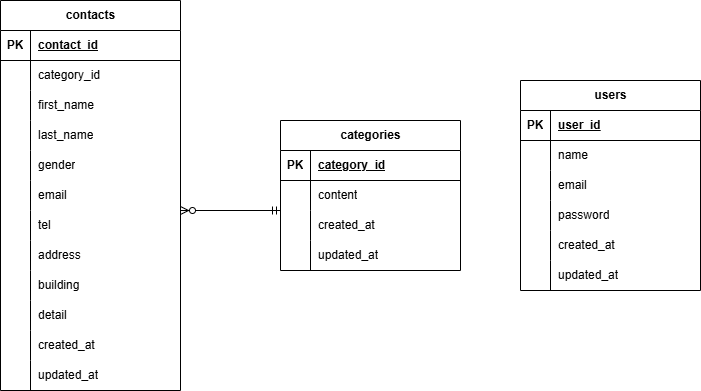
This is ER.drawio.png from seki0603/contact-form-test, a draw.io export, as it was before one commit. Source tidied: cells renumbered, new cells last; positions are measured from the earlier drawing's top-left corner, leaving out a move shared by most shapes.
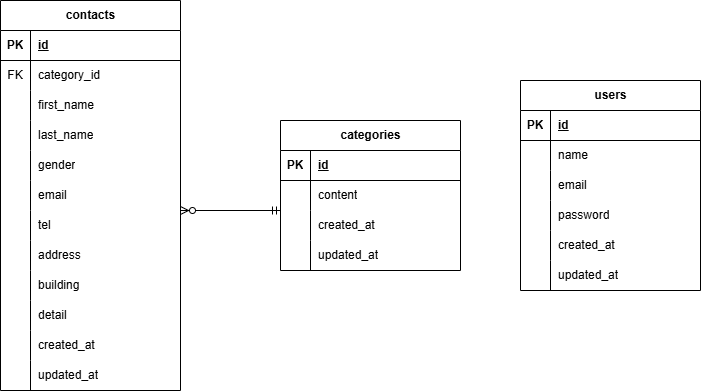
After the change.

The edit, as a diff of the source:
```diff
@@ -11,13 +11,13 @@
     <mxCell id="4" value="PK" style="shape=partialRectangle;fillColor=none;top=0;left=0;bottom=0;right=0;fontStyle=1;overflow=hidden;whiteSpace=wrap;html=1;" parent="3" vertex="1">
       <mxGeometry width="30" height="30" as="geometry" />
     </mxCell>
-    <mxCell id="5" value="contact_id" style="shape=partialRectangle;fillColor=none;top=0;left=0;bottom=0;right=0;align=left;spacingLeft=6;fontStyle=5;overflow=hidden;whiteSpace=wrap;html=1;" parent="3" vertex="1">
+    <mxCell id="5" value="id" style="shape=partialRectangle;fillColor=none;top=0;left=0;bottom=0;right=0;align=left;spacingLeft=6;fontStyle=5;overflow=hidden;whiteSpace=wrap;html=1;" parent="3" vertex="1">
       <mxGeometry x="30" width="150" height="30" as="geometry" />
     </mxCell>
     <mxCell id="6" style="shape=tableRow;horizontal=0;startSize=0;swimlaneHead=0;swimlaneBody=0;fillColor=none;top=0;left=0;right=0;bottom=0;" parent="2" vertex="1">
       <mxGeometry y="60" width="180" height="30" as="geometry" />
     </mxCell>
-    <mxCell id="7" style="shape=partialRectangle;fillColor=none;top=0;left=0;bottom=0;right=0;overflow=hidden;whiteSpace=wrap;html=1;" parent="6" vertex="1">
+    <mxCell id="7" value="FK" style="shape=partialRectangle;fillColor=none;top=0;left=0;bottom=0;right=0;overflow=hidden;whiteSpace=wrap;html=1;" parent="6" vertex="1">
       <mxGeometry width="30" height="30" as="geometry" />
     </mxCell>
     <mxCell id="8" value="category_id" style="shape=partialRectangle;fillColor=none;top=0;left=0;bottom=0;right=0;align=left;spacingLeft=6;overflow=hidden;whiteSpace=wrap;html=1;" parent="6" vertex="1">
@@ -122,7 +122,7 @@
     <mxCell id="41" value="PK" style="shape=partialRectangle;fillColor=none;top=0;left=0;bottom=0;right=0;fontStyle=1;overflow=hidden;whiteSpace=wrap;html=1;" parent="40" vertex="1">
       <mxGeometry width="30" height="30" as="geometry" />
     </mxCell>
-    <mxCell id="42" value="category_id" style="shape=partialRectangle;fillColor=none;top=0;left=0;bottom=0;right=0;align=left;spacingLeft=6;fontStyle=5;overflow=hidden;whiteSpace=wrap;html=1;" parent="40" vertex="1">
+    <mxCell id="42" value="id" style="shape=partialRectangle;fillColor=none;top=0;left=0;bottom=0;right=0;align=left;spacingLeft=6;fontStyle=5;overflow=hidden;whiteSpace=wrap;html=1;" parent="40" vertex="1">
       <mxGeometry x="30" width="150" height="30" as="geometry" />
     </mxCell>
     <mxCell id="43" style="shape=tableRow;horizontal=0;startSize=0;swimlaneHead=0;swimlaneBody=0;fillColor=none;top=0;left=0;right=0;bottom=0;" parent="39" vertex="1">
@@ -161,7 +161,7 @@
     <mxCell id="54" value="PK" style="shape=partialRectangle;fillColor=none;top=0;left=0;bottom=0;right=0;fontStyle=1;overflow=hidden;whiteSpace=wrap;html=1;" parent="53" vertex="1">
       <mxGeometry width="30" height="30" as="geometry" />
     </mxCell>
-    <mxCell id="55" value="user_id" style="shape=partialRectangle;fillColor=none;top=0;left=0;bottom=0;right=0;align=left;spacingLeft=6;fontStyle=5;overflow=hidden;whiteSpace=wrap;html=1;" parent="53" vertex="1">
+    <mxCell id="55" value="id" style="shape=partialRectangle;fillColor=none;top=0;left=0;bottom=0;right=0;align=left;spacingLeft=6;fontStyle=5;overflow=hidden;whiteSpace=wrap;html=1;" parent="53" vertex="1">
       <mxGeometry x="30" width="150" height="30" as="geometry" />
     </mxCell>
     <mxCell id="56" style="shape=tableRow;horizontal=0;startSize=0;swimlaneHead=0;swimlaneBody=0;fillColor=none;top=0;left=0;right=0;bottom=0;" parent="52" vertex="1">
```
